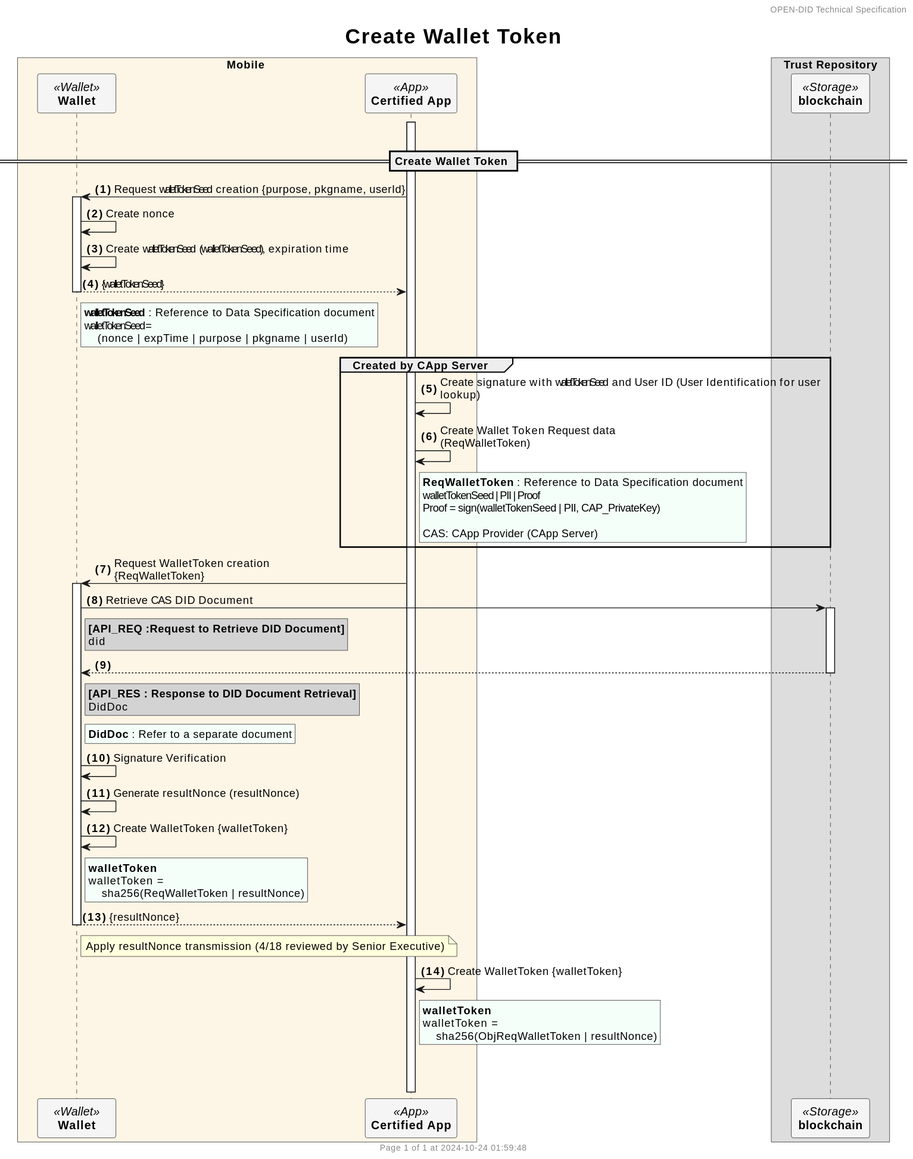
This is docs/sequence/detailed/images/create_wallet_token.svg from OmniOneID/did-doc-architecture, a PlantUML export, as it was before one commit. Its diagram source:
```plantuml
@startuml
header OPEN-DID Technical Specification
footer
    Page %page% of %lastpage% at %date("yyyy-MM-dd hh:mm:ss")
end footer

title
    <size:25>Create Wallet Token</size>
end title

autonumber "<b>(#)</b>"

skinparam ParticipantPadding 20
skinparam BoxPadding 20
skinparam MaxMessageSize 500
skinparam MinClassWidth 80



box Mobile #OldLace
    participant "**Wallet**" as WALLET <<Wallet>> #WhiteSmoke
    participant "**Certified App**" as CA <<App>> #WhiteSmoke
end box

box Trust Repository
    participant "**blockchain**" as BC <<Storage>> #WhiteSmoke
end box

!$refdoc = "Refer to a separate document"
!$doc = "Refer to the data specification document"

|||


== Create Wallet Token ==

activate CA

CA -> WALLET++ : Request tmpToken creation {purpose, pkgname, userId}
    WALLET -> WALLET : Create nonce
    WALLET -> WALLET : Create tmpToken (TmpToken), expiration time
return {TmpToken}
rnote right of WALLET #MintCream
    **TmpToken** : Reference to Data Specification document
    TmpToken =
        (nonce | expTime | purpose | pkgname | userId)
end note

group Created by CApp Server
    CA -> CA : Create signature with tmpToken and User ID (User Identification for user lookup)

    CA -> CA : Create Wallet Token Request data \n(ReqWalletToken)
    rnote right of CA #MintCream
        **ReqWalletToken** : Reference to Data Specification document
        TmpToken | PII | Proof
        Proof = sign(TmpToken | PII, CAP_PrivateKey)

        CAP: CApp Provider (CApp Server)
    end note
end

CA -> WALLET++ : Request WalletToken creation \n{ReqWalletToken}
    WALLET -> BC++ : Retrieve CAP DID Document
    rnote right of WALLET #LightGray
        **[API_REQ :Request to Retrieve DID Document]**
        did
    end note

    return
    rnote right of WALLET #LightGray
        **[API_RES : Response to DID Document Retrieval]**
        DidDoc
    end note
    rnote right of WALLET #MintCream
        **DidDoc** : $refdoc
    end note

    WALLET -> WALLET : Signature Verification
    WALLET -> WALLET : Generate resultNonce (resultNonce)

    WALLET -> WALLET : Create WalletToken {walletToken}
    rnote right of WALLET #MintCream
        **walletToken**
        walletToken =
            sha256(ReqWalletToken | resultNonce)
    end note

    return {resultNonce}
    note right of WALLET : Apply resultNonce transmission (4/18 reviewed by Senior Executive)

    CA -> CA : Create WalletToken {walletToken}
    rnote right of CA #MintCream
        **walletToken**
        walletToken =
            sha256(ObjReqWalletToken | resultNonce)
    end note







|||
|||
@enduml
```
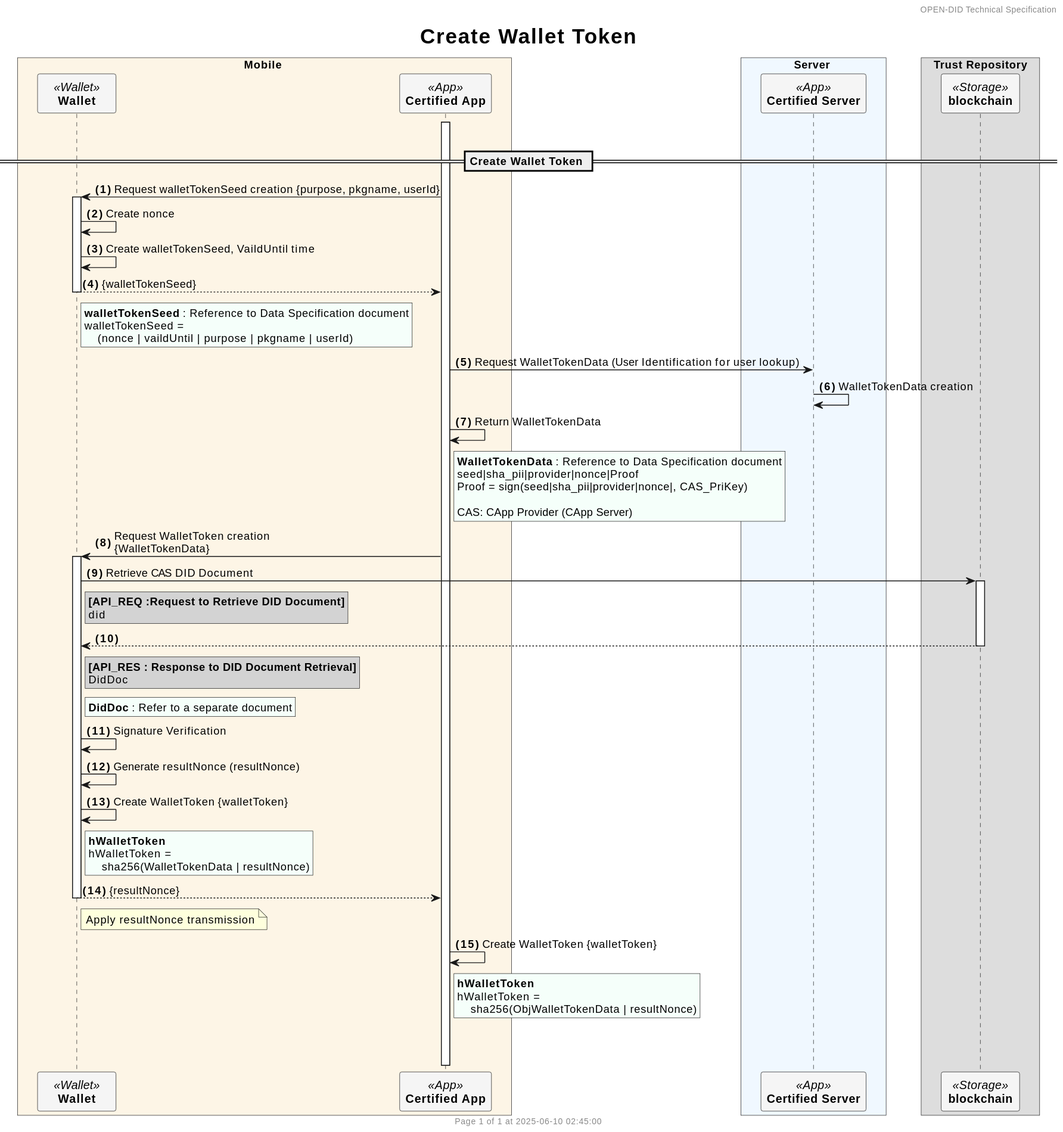
The same diagram one commit later.

What changed in the source:
```diff
@@ -22,6 +22,10 @@
     participant "**Certified App**" as CA <<App>> #WhiteSmoke
 end box
 
+box Server #AliceBlue
+    participant "**Certified Server**" as CAS <<App>> #WhiteSmoke
+end box
+
 box Trust Repository
     participant "**blockchain**" as BC <<Storage>> #WhiteSmoke
 end box
@@ -36,31 +40,31 @@
 
 activate CA
 
-CA -> WALLET++ : Request tmpToken creation {purpose, pkgname, userId}
+CA -> WALLET++ : Request walletTokenSeed creation {purpose, pkgname, userId}
     WALLET -> WALLET : Create nonce
-    WALLET -> WALLET : Create tmpToken (TmpToken), expiration time
-return {TmpToken}
+    WALLET -> WALLET : Create walletTokenSeed, VaildUntil time
+return {walletTokenSeed}
 rnote right of WALLET #MintCream
-    **TmpToken** : Reference to Data Specification document
-    TmpToken =
-        (nonce | expTime | purpose | pkgname | userId)
+    **walletTokenSeed** : Reference to Data Specification document
+    walletTokenSeed =
+        (nonce | vaildUntil | purpose | pkgname | userId)
 end note
 
-group Created by CApp Server
-    CA -> CA : Create signature with tmpToken and User ID (User Identification for user lookup)
 
-    CA -> CA : Create Wallet Token Request data \n(ReqWalletToken)
-    rnote right of CA #MintCream
-        **ReqWalletToken** : Reference to Data Specification document
-        TmpToken | PII | Proof
-        Proof = sign(TmpToken | PII, CAP_PrivateKey)
+CA -> CAS : Request WalletTokenData (User Identification for user lookup)
+CAS -> CAS : WalletTokenData creation
+CA -> CA :  Return WalletTokenData
+rnote right of CA #MintCream
+    **WalletTokenData** : Reference to Data Specification document
+    seed|sha_pii|provider|nonce|Proof
+    Proof = sign(seed|sha_pii|provider|nonce|, CAS_PriKey)
 
-        CAP: CApp Provider (CApp Server)
-    end note
-end
+    CAS: CApp Provider (CApp Server)
+end note
 
-CA -> WALLET++ : Request WalletToken creation \n{ReqWalletToken}
-    WALLET -> BC++ : Retrieve CAP DID Document
+
+CA -> WALLET++ : Request WalletToken creation \n{WalletTokenData}
+    WALLET -> BC++ : Retrieve CAS DID Document
     rnote right of WALLET #LightGray
         **[API_REQ :Request to Retrieve DID Document]**
         did
@@ -80,19 +84,19 @@
 
     WALLET -> WALLET : Create WalletToken {walletToken}
     rnote right of WALLET #MintCream
-        **walletToken**
-        walletToken =
-            sha256(ReqWalletToken | resultNonce)
+        **hWalletToken**
+        hWalletToken =
+            sha256(WalletTokenData | resultNonce)
     end note
 
     return {resultNonce}
-    note right of WALLET : Apply resultNonce transmission (4/18 reviewed by Senior Executive)
+    note right of WALLET : Apply resultNonce transmission
 
     CA -> CA : Create WalletToken {walletToken}
     rnote right of CA #MintCream
-        **walletToken**
-        walletToken =
-            sha256(ObjReqWalletToken | resultNonce)
+        **hWalletToken**
+        hWalletToken =
+            sha256(ObjWalletTokenData | resultNonce)
     end note
 
 
```
